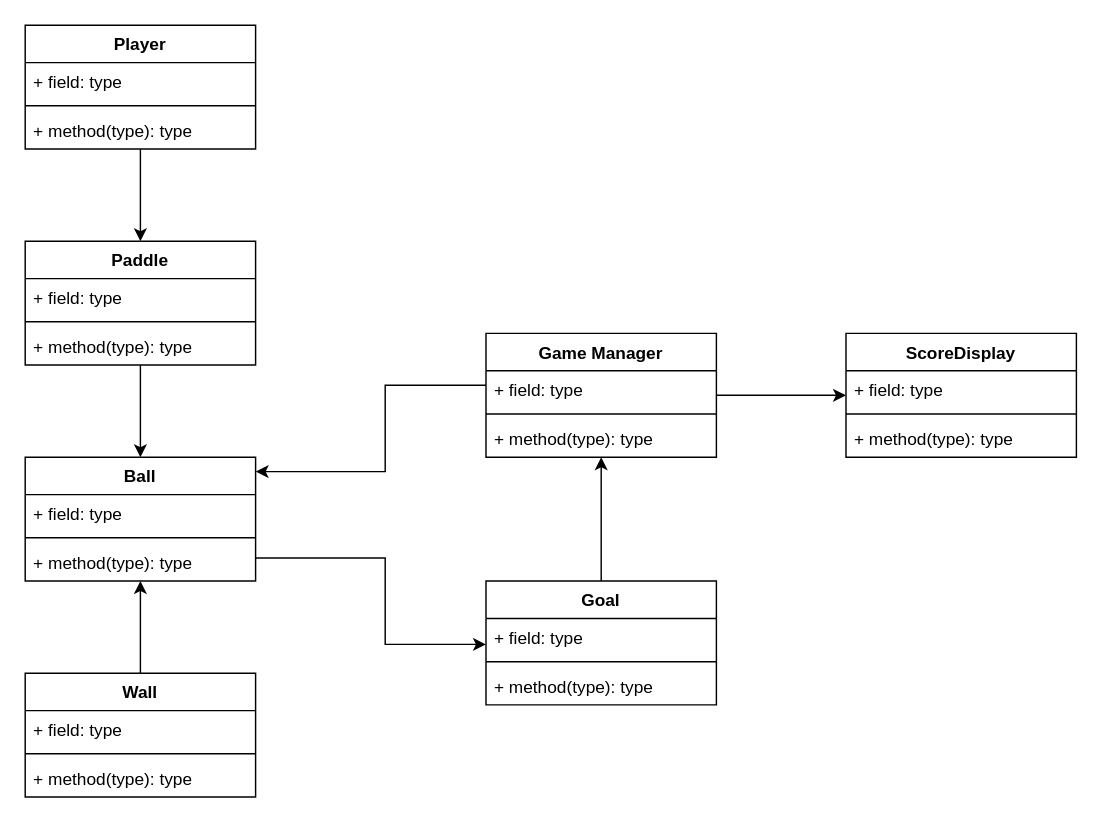
The draw.io diagram Documents/UML_Pong.drawio in codingcaiden03/codingcaiden03, before the edit. Source tidied: cells renumbered, new cells numbered last; positions are measured from the earlier drawing's top-left corner, leaving out a move shared by most shapes. Both pictures are drawn from the tidied source at 144%, with x=0, y=0 at pixel (24, 24).
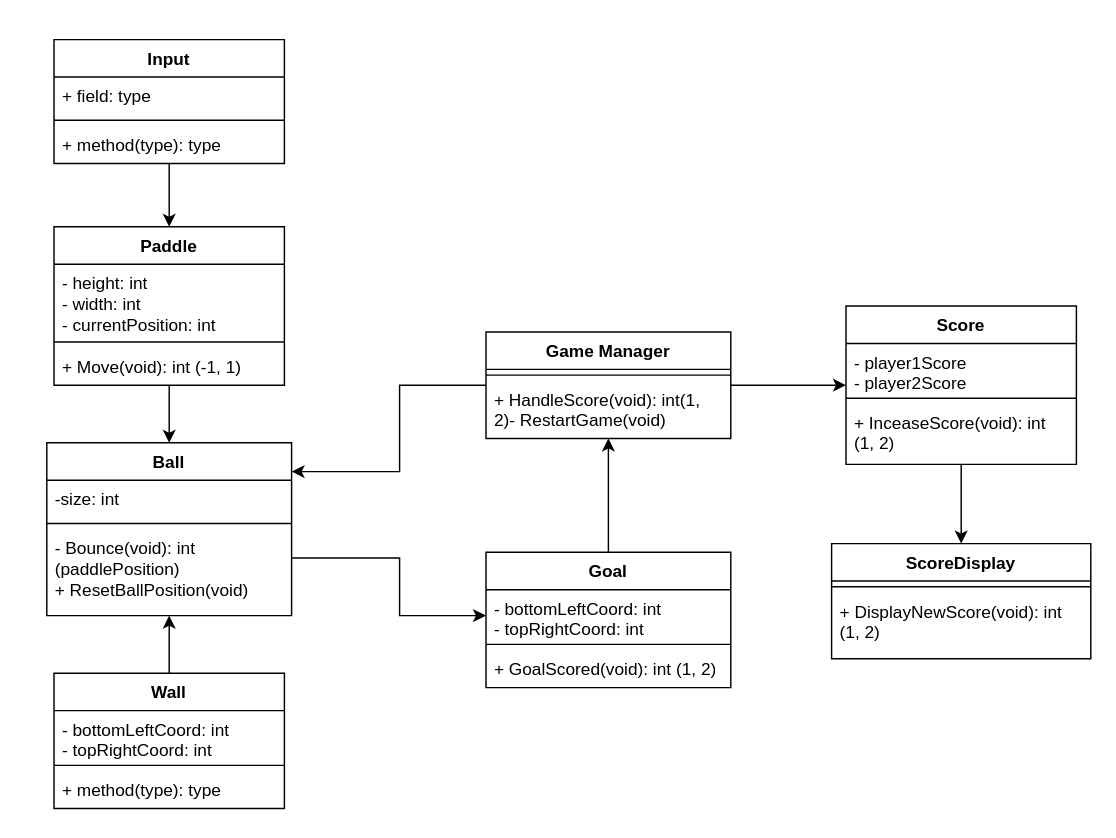
The same diagram, later.

The edit, as a diff of the source:
```diff
@@
     <mxCell id="3" style="edgeStyle=orthogonalEdgeStyle;rounded=0;jettySize=auto;html=1;" parent="1" edge="1" source="4" target="19">
       <mxGeometry relative="1" as="geometry">
         <Array as="points">
-          <mxPoint x="250" y="250" />
-          <mxPoint x="250" y="310" />
+          <mxPoint x="260" y="250" />
+          <mxPoint x="260" y="310" />
         </Array>
       </mxGeometry>
     </mxCell>
     <mxCell id="4" value="Game Manager" style="swimlane;fontStyle=1;align=center;verticalAlign=top;horizontal=1;startSize=26;whiteSpace=wrap;html=1;" parent="1" vertex="1">
-      <mxGeometry x="320" y="214" width="160" height="86" as="geometry" />
+      <mxGeometry x="320" y="213" width="170" height="74" as="geometry" />
     </mxCell>
-    <mxCell id="5" value="+ field: type" style="text;strokeColor=none;fillColor=none;align=left;verticalAlign=top;spacingLeft=4;spacingRight=4;overflow=hidden;whiteSpace=wrap;html=1;" parent="4" vertex="1">
-      <mxGeometry y="26" width="160" height="26" as="geometry" />
-    </mxCell>
     <mxCell id="6" style="line;strokeWidth=1;fillColor=none;align=left;verticalAlign=middle;spacingTop=-1;spacingLeft=3;spacingRight=3;labelPosition=right;strokeColor=inherit;" parent="4" vertex="1">
-      <mxGeometry y="52" width="160" height="8" as="geometry" />
+      <mxGeometry y="26" width="170" height="8" as="geometry" />
     </mxCell>
-    <mxCell id="7" value="+ method(type): type" style="text;strokeColor=none;fillColor=none;align=left;verticalAlign=top;spacingLeft=4;spacingRight=4;overflow=hidden;whiteSpace=wrap;html=1;" parent="4" vertex="1">
-      <mxGeometry y="60" width="160" height="26" as="geometry" />
+    <mxCell id="7" value="&lt;div&gt;+ HandleScore(void): int(1, 2)- RestartGame(void)&lt;br&gt;&lt;/div&gt;" style="text;strokeColor=none;fillColor=none;align=left;verticalAlign=top;spacingLeft=4;spacingRight=4;overflow=hidden;whiteSpace=wrap;html=1;" parent="4" vertex="1">
+      <mxGeometry y="34" width="170" height="40" as="geometry" />
     </mxCell>
@@
-    <mxCell id="9" value="Player" style="swimlane;fontStyle=1;align=center;verticalAlign=top;horizontal=1;startSize=26;whiteSpace=wrap;html=1;" parent="1" vertex="1">
-      <mxGeometry width="160" height="86" as="geometry" />
+    <mxCell id="9" value="Input" style="swimlane;fontStyle=1;align=center;verticalAlign=top;horizontal=1;startSize=26;whiteSpace=wrap;html=1;" parent="1" vertex="1">
+      <mxGeometry x="20" y="10" width="160" height="86" as="geometry" />
     </mxCell>
@@
     <mxCell id="14" value="Paddle" style="swimlane;fontStyle=1;align=center;verticalAlign=top;horizontal=1;startSize=26;whiteSpace=wrap;html=1;" parent="1" vertex="1">
-      <mxGeometry y="150" width="160" height="86" as="geometry" />
+      <mxGeometry x="20" y="140" width="160" height="110" as="geometry" />
     </mxCell>
-    <mxCell id="15" value="+ field: type" style="text;strokeColor=none;fillColor=none;align=left;verticalAlign=top;spacingLeft=4;spacingRight=4;overflow=hidden;whiteSpace=wrap;html=1;" parent="14" vertex="1">
-      <mxGeometry y="26" width="160" height="26" as="geometry" />
+    <mxCell id="15" value="&lt;div&gt;- height: int&lt;/div&gt;&lt;div&gt;- width: int&lt;/div&gt;&lt;div&gt;- currentPosition: int&lt;br&gt;&lt;/div&gt;" style="text;strokeColor=none;fillColor=none;align=left;verticalAlign=top;spacingLeft=4;spacingRight=4;overflow=hidden;whiteSpace=wrap;html=1;" parent="14" vertex="1">
+      <mxGeometry y="26" width="160" height="50" as="geometry" />
     </mxCell>
     <mxCell id="16" style="line;strokeWidth=1;fillColor=none;align=left;verticalAlign=middle;spacingTop=-1;spacingLeft=3;spacingRight=3;labelPosition=right;strokeColor=inherit;" parent="14" vertex="1">
-      <mxGeometry y="52" width="160" height="8" as="geometry" />
+      <mxGeometry y="76" width="160" height="8" as="geometry" />
     </mxCell>
-    <mxCell id="17" value="+ method(type): type" style="text;strokeColor=none;fillColor=none;align=left;verticalAlign=top;spacingLeft=4;spacingRight=4;overflow=hidden;whiteSpace=wrap;html=1;" parent="14" vertex="1">
-      <mxGeometry y="60" width="160" height="26" as="geometry" />
+    <mxCell id="17" value="&lt;div&gt;+ Move(void): int (-1, 1)&lt;/div&gt;" style="text;strokeColor=none;fillColor=none;align=left;verticalAlign=top;spacingLeft=4;spacingRight=4;overflow=hidden;whiteSpace=wrap;html=1;" parent="14" vertex="1">
+      <mxGeometry y="84" width="160" height="26" as="geometry" />
     </mxCell>
     <mxCell id="18" style="edgeStyle=orthogonalEdgeStyle;rounded=0;jettySize=auto;html=1;" parent="1" edge="1" source="19" target="33">
       <mxGeometry relative="1" as="geometry">
         <Array as="points">
-          <mxPoint x="250" y="370" />
-          <mxPoint x="250" y="430" />
+          <mxPoint x="260" y="370" />
+          <mxPoint x="260" y="410" />
         </Array>
       </mxGeometry>
     </mxCell>
     <mxCell id="19" value="Ball" style="swimlane;fontStyle=1;align=center;verticalAlign=top;horizontal=1;startSize=26;whiteSpace=wrap;html=1;" parent="1" vertex="1">
-      <mxGeometry y="300" width="160" height="86" as="geometry" />
+      <mxGeometry x="15" y="290" width="170" height="120" as="geometry" />
     </mxCell>
-    <mxCell id="20" value="+ field: type" style="text;strokeColor=none;fillColor=none;align=left;verticalAlign=top;spacingLeft=4;spacingRight=4;overflow=hidden;whiteSpace=wrap;html=1;" parent="19" vertex="1">
-      <mxGeometry y="26" width="160" height="26" as="geometry" />
+    <mxCell id="20" value="-size: int" style="text;strokeColor=none;fillColor=none;align=left;verticalAlign=top;spacingLeft=4;spacingRight=4;overflow=hidden;whiteSpace=wrap;html=1;" parent="19" vertex="1">
+      <mxGeometry y="26" width="170" height="26" as="geometry" />
     </mxCell>
     <mxCell id="21" style="line;strokeWidth=1;fillColor=none;align=left;verticalAlign=middle;spacingTop=-1;spacingLeft=3;spacingRight=3;labelPosition=right;strokeColor=inherit;" parent="19" vertex="1">
-      <mxGeometry y="52" width="160" height="8" as="geometry" />
+      <mxGeometry y="52" width="170" height="8" as="geometry" />
     </mxCell>
-    <mxCell id="22" value="+ method(type): type" style="text;strokeColor=none;fillColor=none;align=left;verticalAlign=top;spacingLeft=4;spacingRight=4;overflow=hidden;whiteSpace=wrap;html=1;" parent="19" vertex="1">
-      <mxGeometry y="60" width="160" height="26" as="geometry" />
+    <mxCell id="22" value="- Bounce(void): int (paddlePosition)&lt;br&gt;&lt;div&gt;+ ResetBallPosition(void)&lt;/div&gt;" style="text;strokeColor=none;fillColor=none;align=left;verticalAlign=top;spacingLeft=4;spacingRight=4;overflow=hidden;whiteSpace=wrap;html=1;" parent="19" vertex="1">
+      <mxGeometry y="60" width="170" height="60" as="geometry" />
     </mxCell>
@@
     <mxCell id="24" value="Wall" style="swimlane;fontStyle=1;align=center;verticalAlign=top;horizontal=1;startSize=26;whiteSpace=wrap;html=1;" parent="1" vertex="1">
-      <mxGeometry y="450" width="160" height="86" as="geometry" />
+      <mxGeometry x="20" y="450" width="160" height="94" as="geometry" />
     </mxCell>
-    <mxCell id="25" value="+ field: type" style="text;strokeColor=none;fillColor=none;align=left;verticalAlign=top;spacingLeft=4;spacingRight=4;overflow=hidden;whiteSpace=wrap;html=1;" parent="24" vertex="1">
-      <mxGeometry y="26" width="160" height="26" as="geometry" />
+    <mxCell id="25" value="&lt;div&gt;- bottomLeftCoord: int&lt;/div&gt;&lt;div&gt;- topRightCoord: int&lt;br&gt;&lt;/div&gt;" style="text;strokeColor=none;fillColor=none;align=left;verticalAlign=top;spacingLeft=4;spacingRight=4;overflow=hidden;whiteSpace=wrap;html=1;" parent="24" vertex="1">
+      <mxGeometry y="26" width="160" height="34" as="geometry" />
     </mxCell>
     <mxCell id="26" style="line;strokeWidth=1;fillColor=none;align=left;verticalAlign=middle;spacingTop=-1;spacingLeft=3;spacingRight=3;labelPosition=right;strokeColor=inherit;" parent="24" vertex="1">
-      <mxGeometry y="52" width="160" height="8" as="geometry" />
+      <mxGeometry y="60" width="160" height="8" as="geometry" />
     </mxCell>
     <mxCell id="27" value="+ method(type): type" style="text;strokeColor=none;fillColor=none;align=left;verticalAlign=top;spacingLeft=4;spacingRight=4;overflow=hidden;whiteSpace=wrap;html=1;" parent="24" vertex="1">
-      <mxGeometry y="60" width="160" height="26" as="geometry" />
+      <mxGeometry y="68" width="160" height="26" as="geometry" />
     </mxCell>
+    <mxCell id="37" style="edgeStyle=orthogonalEdgeStyle;rounded=0;jettySize=auto;html=1;" parent="1" edge="1" source="28" target="38">
+      <mxGeometry relative="1" as="geometry" />
+    </mxCell>
-    <mxCell id="28" value="&lt;div&gt;ScoreDisplay&lt;/div&gt;" style="swimlane;fontStyle=1;align=center;verticalAlign=top;horizontal=1;startSize=26;whiteSpace=wrap;html=1;" parent="1" vertex="1">
-      <mxGeometry x="570" y="214" width="160" height="86" as="geometry" />
+    <mxCell id="28" value="&lt;div&gt;Score&lt;/div&gt;" style="swimlane;fontStyle=1;align=center;verticalAlign=top;horizontal=1;startSize=26;whiteSpace=wrap;html=1;" parent="1" vertex="1">
+      <mxGeometry x="570" y="195" width="160" height="110" as="geometry" />
     </mxCell>
-    <mxCell id="29" value="+ field: type" style="text;strokeColor=none;fillColor=none;align=left;verticalAlign=top;spacingLeft=4;spacingRight=4;overflow=hidden;whiteSpace=wrap;html=1;" parent="28" vertex="1">
-      <mxGeometry y="26" width="160" height="26" as="geometry" />
+    <mxCell id="29" value="&lt;div&gt;- player1Score&lt;/div&gt;&lt;div&gt;- player2Score&lt;/div&gt;" style="text;strokeColor=none;fillColor=none;align=left;verticalAlign=top;spacingLeft=4;spacingRight=4;overflow=hidden;whiteSpace=wrap;html=1;" parent="28" vertex="1">
+      <mxGeometry y="26" width="160" height="34" as="geometry" />
     </mxCell>
     <mxCell id="30" style="line;strokeWidth=1;fillColor=none;align=left;verticalAlign=middle;spacingTop=-1;spacingLeft=3;spacingRight=3;labelPosition=right;strokeColor=inherit;" parent="28" vertex="1">
-      <mxGeometry y="52" width="160" height="8" as="geometry" />
+      <mxGeometry y="60" width="160" height="8" as="geometry" />
     </mxCell>
-    <mxCell id="31" value="+ method(type): type" style="text;strokeColor=none;fillColor=none;align=left;verticalAlign=top;spacingLeft=4;spacingRight=4;overflow=hidden;whiteSpace=wrap;html=1;" parent="28" vertex="1">
-      <mxGeometry y="60" width="160" height="26" as="geometry" />
+    <mxCell id="31" value="+ InceaseScore(void): int (1, 2)" style="text;strokeColor=none;fillColor=none;align=left;verticalAlign=top;spacingLeft=4;spacingRight=4;overflow=hidden;whiteSpace=wrap;html=1;" parent="28" vertex="1">
+      <mxGeometry y="68" width="160" height="42" as="geometry" />
     </mxCell>
@@
     <mxCell id="33" value="Goal" style="swimlane;fontStyle=1;align=center;verticalAlign=top;horizontal=1;startSize=26;whiteSpace=wrap;html=1;" parent="1" vertex="1">
-      <mxGeometry x="320" y="386" width="160" height="86" as="geometry" />
+      <mxGeometry x="320" y="366" width="170" height="94" as="geometry" />
     </mxCell>
-    <mxCell id="34" value="+ field: type" style="text;strokeColor=none;fillColor=none;align=left;verticalAlign=top;spacingLeft=4;spacingRight=4;overflow=hidden;whiteSpace=wrap;html=1;" parent="33" vertex="1">
-      <mxGeometry y="26" width="160" height="26" as="geometry" />
+    <mxCell id="34" value="&lt;div&gt;- bottomLeftCoord: int&lt;/div&gt;&lt;div&gt;- topRightCoord: int&lt;br&gt;&lt;/div&gt;" style="text;strokeColor=none;fillColor=none;align=left;verticalAlign=top;spacingLeft=4;spacingRight=4;overflow=hidden;whiteSpace=wrap;html=1;" parent="33" vertex="1">
+      <mxGeometry y="26" width="170" height="34" as="geometry" />
     </mxCell>
     <mxCell id="35" style="line;strokeWidth=1;fillColor=none;align=left;verticalAlign=middle;spacingTop=-1;spacingLeft=3;spacingRight=3;labelPosition=right;strokeColor=inherit;" parent="33" vertex="1">
-      <mxGeometry y="52" width="160" height="8" as="geometry" />
+      <mxGeometry y="60" width="170" height="8" as="geometry" />
     </mxCell>
-    <mxCell id="36" value="+ method(type): type" style="text;strokeColor=none;fillColor=none;align=left;verticalAlign=top;spacingLeft=4;spacingRight=4;overflow=hidden;whiteSpace=wrap;html=1;" parent="33" vertex="1">
-      <mxGeometry y="60" width="160" height="26" as="geometry" />
+    <mxCell id="36" value="+ GoalScored(void): int (1, 2)" style="text;strokeColor=none;fillColor=none;align=left;verticalAlign=top;spacingLeft=4;spacingRight=4;overflow=hidden;whiteSpace=wrap;html=1;" parent="33" vertex="1">
+      <mxGeometry y="68" width="170" height="26" as="geometry" />
     </mxCell>
+    <mxCell id="38" value="&lt;div&gt;ScoreDisplay&lt;/div&gt;" style="swimlane;fontStyle=1;align=center;verticalAlign=top;horizontal=1;startSize=26;whiteSpace=wrap;html=1;" parent="1" vertex="1">
+      <mxGeometry x="560" y="360" width="180" height="80" as="geometry" />
+    </mxCell>
+    <mxCell id="39" style="line;strokeWidth=1;fillColor=none;align=left;verticalAlign=middle;spacingTop=-1;spacingLeft=3;spacingRight=3;labelPosition=right;strokeColor=inherit;" parent="38" vertex="1">
+      <mxGeometry y="26" width="180" height="8" as="geometry" />
+    </mxCell>
+    <mxCell id="40" value="+ DisplayNewScore(void): int (1, 2)" style="text;strokeColor=none;fillColor=none;align=left;verticalAlign=top;spacingLeft=4;spacingRight=4;overflow=hidden;whiteSpace=wrap;html=1;" parent="38" vertex="1">
+      <mxGeometry y="34" width="180" height="46" as="geometry" />
+    </mxCell>
```
